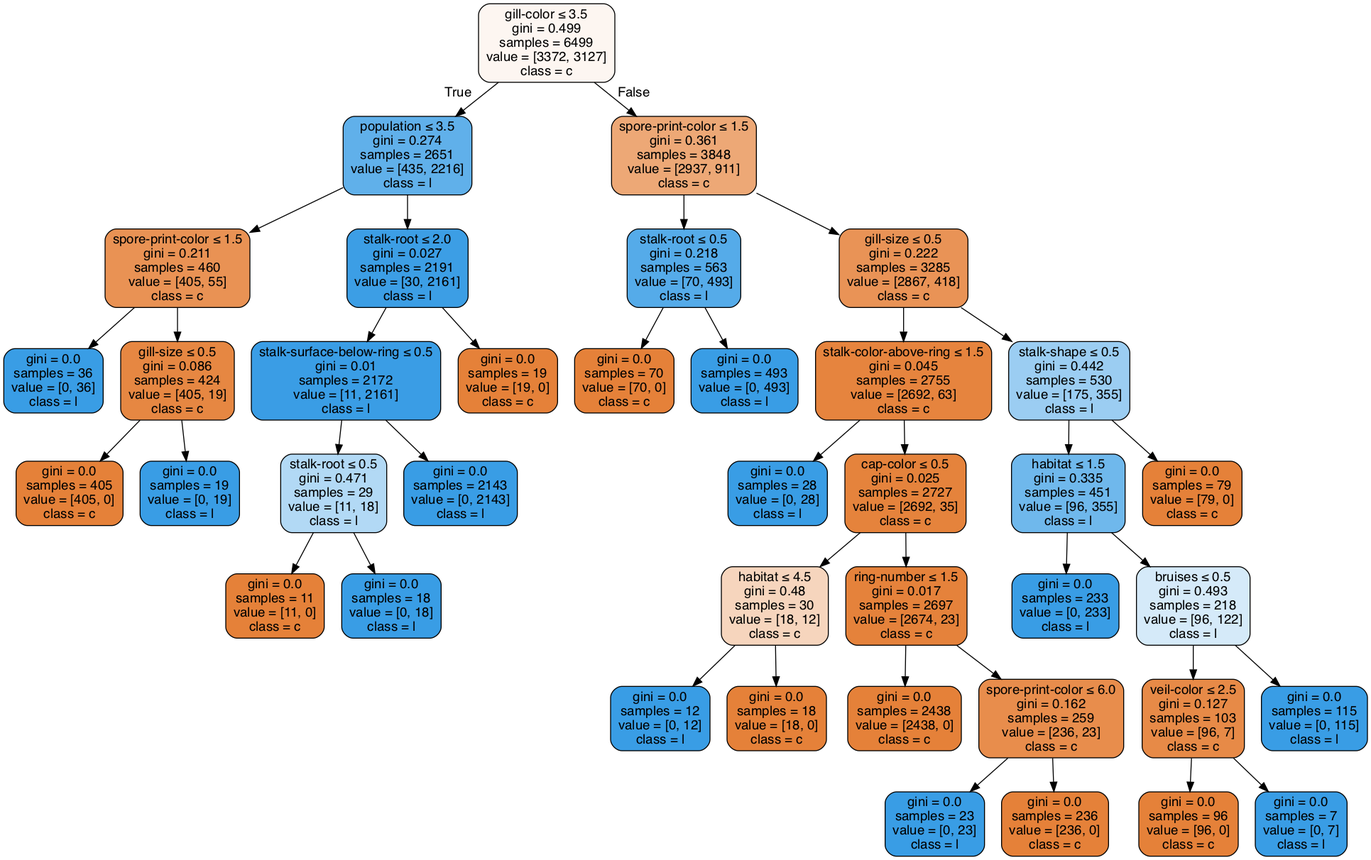
Earlier version of the Graphviz export Lab02/clf-max-depth-7.gv.png (anhle199/Intro2AI-HCMUS). Its source is kept beside it as Lab02/clf-max-depth-7.gv.
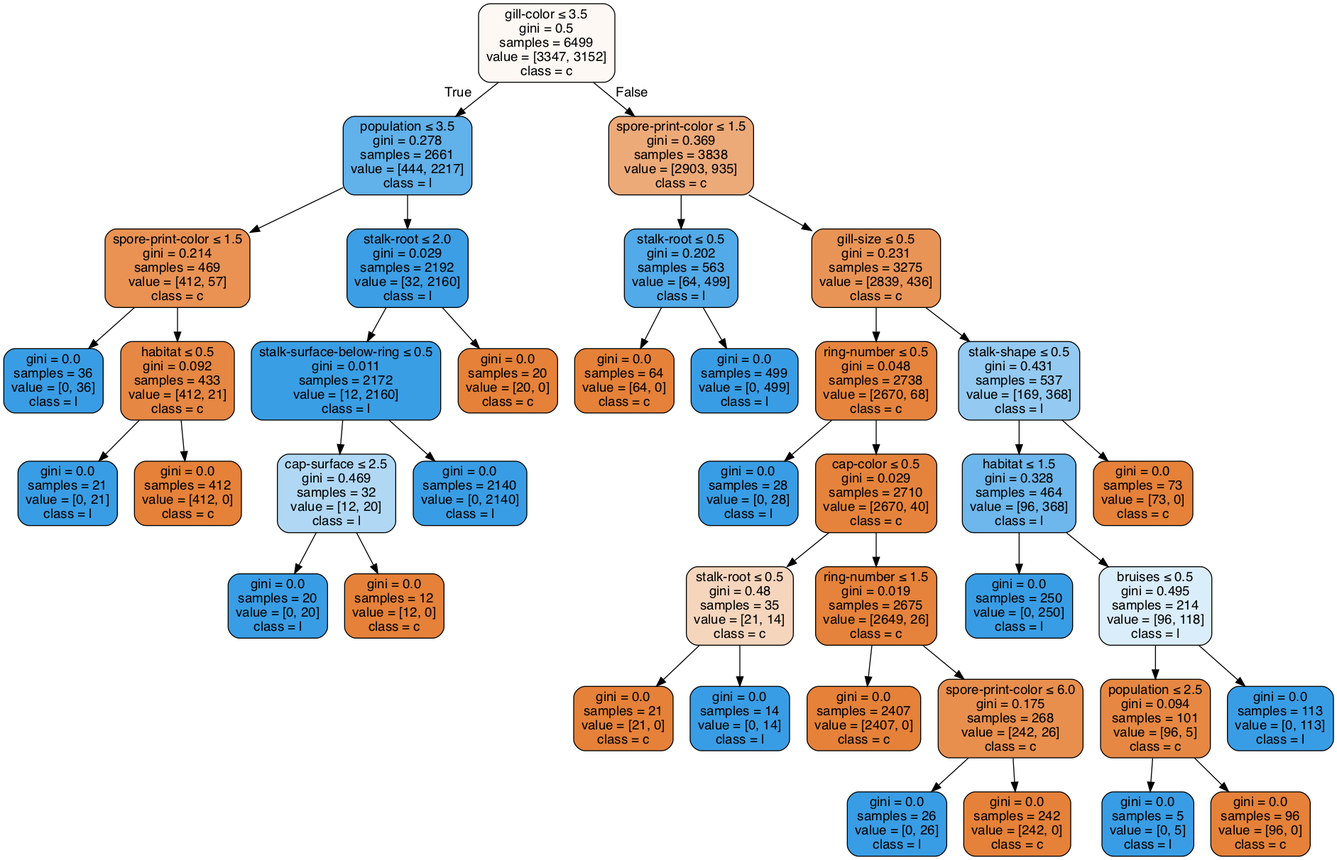
After the commit.

What changed in the source:
```diff
@@ -1,81 +1,81 @@
 digraph Tree {
 node [shape=box, style="filled, rounded", color="black", fontname=helvetica] ;
 edge [fontname=helvetica] ;
-0 [label=<gill-color &le; 3.5<br/>gini = 0.499<br/>samples = 6499<br/>value = [3372, 3127]<br/>class = c>, fillcolor="#fdf6f1"] ;
-1 [label=<population &le; 3.5<br/>gini = 0.274<br/>samples = 2651<br/>value = [435, 2216]<br/>class = l>, fillcolor="#60b0ea"] ;
+0 [label=<gill-color &le; 3.5<br/>gini = 0.5<br/>samples = 6499<br/>value = [3347, 3152]<br/>class = c>, fillcolor="#fdf8f3"] ;
+1 [label=<population &le; 3.5<br/>gini = 0.278<br/>samples = 2661<br/>value = [444, 2217]<br/>class = l>, fillcolor="#61b1ea"] ;
 0 -> 1 [labeldistance=2.5, labelangle=45, headlabel="True"] ;
-2 [label=<spore-print-color &le; 1.5<br/>gini = 0.211<br/>samples = 460<br/>value = [405, 55]<br/>class = c>, fillcolor="#e99254"] ;
+2 [label=<spore-print-color &le; 1.5<br/>gini = 0.214<br/>samples = 469<br/>value = [412, 57]<br/>class = c>, fillcolor="#e99254"] ;
 1 -> 2 ;
 3 [label=<gini = 0.0<br/>samples = 36<br/>value = [0, 36]<br/>class = l>, fillcolor="#399de5"] ;
 2 -> 3 ;
-4 [label=<gill-size &le; 0.5<br/>gini = 0.086<br/>samples = 424<br/>value = [405, 19]<br/>class = c>, fillcolor="#e68742"] ;
+4 [label=<habitat &le; 0.5<br/>gini = 0.092<br/>samples = 433<br/>value = [412, 21]<br/>class = c>, fillcolor="#e68743"] ;
 2 -> 4 ;
-5 [label=<gini = 0.0<br/>samples = 405<br/>value = [405, 0]<br/>class = c>, fillcolor="#e58139"] ;
+5 [label=<gini = 0.0<br/>samples = 21<br/>value = [0, 21]<br/>class = l>, fillcolor="#399de5"] ;
 4 -> 5 ;
-6 [label=<gini = 0.0<br/>samples = 19<br/>value = [0, 19]<br/>class = l>, fillcolor="#399de5"] ;
+6 [label=<gini = 0.0<br/>samples = 412<br/>value = [412, 0]<br/>class = c>, fillcolor="#e58139"] ;
 4 -> 6 ;
-7 [label=<stalk-root &le; 2.0<br/>gini = 0.027<br/>samples = 2191<br/>value = [30, 2161]<br/>class = l>, fillcolor="#3c9ee5"] ;
+7 [label=<stalk-root &le; 2.0<br/>gini = 0.029<br/>samples = 2192<br/>value = [32, 2160]<br/>class = l>, fillcolor="#3c9ee5"] ;
 1 -> 7 ;
-8 [label=<stalk-surface-below-ring &le; 0.5<br/>gini = 0.01<br/>samples = 2172<br/>value = [11, 2161]<br/>class = l>, fillcolor="#3a9de5"] ;
+8 [label=<stalk-surface-below-ring &le; 0.5<br/>gini = 0.011<br/>samples = 2172<br/>value = [12, 2160]<br/>class = l>, fillcolor="#3a9ee5"] ;
 7 -> 8 ;
-9 [label=<stalk-root &le; 0.5<br/>gini = 0.471<br/>samples = 29<br/>value = [11, 18]<br/>class = l>, fillcolor="#b2d9f5"] ;
+9 [label=<cap-surface &le; 2.5<br/>gini = 0.469<br/>samples = 32<br/>value = [12, 20]<br/>class = l>, fillcolor="#b0d8f5"] ;
 8 -> 9 ;
-10 [label=<gini = 0.0<br/>samples = 11<br/>value = [11, 0]<br/>class = c>, fillcolor="#e58139"] ;
+10 [label=<gini = 0.0<br/>samples = 20<br/>value = [0, 20]<br/>class = l>, fillcolor="#399de5"] ;
 9 -> 10 ;
-11 [label=<gini = 0.0<br/>samples = 18<br/>value = [0, 18]<br/>class = l>, fillcolor="#399de5"] ;
+11 [label=<gini = 0.0<br/>samples = 12<br/>value = [12, 0]<br/>class = c>, fillcolor="#e58139"] ;
 9 -> 11 ;
-12 [label=<gini = 0.0<br/>samples = 2143<br/>value = [0, 2143]<br/>class = l>, fillcolor="#399de5"] ;
+12 [label=<gini = 0.0<br/>samples = 2140<br/>value = [0, 2140]<br/>class = l>, fillcolor="#399de5"] ;
 8 -> 12 ;
-13 [label=<gini = 0.0<br/>samples = 19<br/>value = [19, 0]<br/>class = c>, fillcolor="#e58139"] ;
+13 [label=<gini = 0.0<br/>samples = 20<br/>value = [20, 0]<br/>class = c>, fillcolor="#e58139"] ;
 7 -> 13 ;
-14 [label=<spore-print-color &le; 1.5<br/>gini = 0.361<br/>samples = 3848<br/>value = [2937, 911]<br/>class = c>, fillcolor="#eda876"] ;
+14 [label=<spore-print-color &le; 1.5<br/>gini = 0.369<br/>samples = 3838<br/>value = [2903, 935]<br/>class = c>, fillcolor="#edaa79"] ;
 0 -> 14 [labeldistance=2.5, labelangle=-45, headlabel="False"] ;
-15 [label=<stalk-root &le; 0.5<br/>gini = 0.218<br/>samples = 563<br/>value = [70, 493]<br/>class = l>, fillcolor="#55abe9"] ;
+15 [label=<stalk-root &le; 0.5<br/>gini = 0.202<br/>samples = 563<br/>value = [64, 499]<br/>class = l>, fillcolor="#52aae8"] ;
 14 -> 15 ;
-16 [label=<gini = 0.0<br/>samples = 70<br/>value = [70, 0]<br/>class = c>, fillcolor="#e58139"] ;
+16 [label=<gini = 0.0<br/>samples = 64<br/>value = [64, 0]<br/>class = c>, fillcolor="#e58139"] ;
 15 -> 16 ;
-17 [label=<gini = 0.0<br/>samples = 493<br/>value = [0, 493]<br/>class = l>, fillcolor="#399de5"] ;
+17 [label=<gini = 0.0<br/>samples = 499<br/>value = [0, 499]<br/>class = l>, fillcolor="#399de5"] ;
 15 -> 17 ;
-18 [label=<gill-size &le; 0.5<br/>gini = 0.222<br/>samples = 3285<br/>value = [2867, 418]<br/>class = c>, fillcolor="#e99356"] ;
+18 [label=<gill-size &le; 0.5<br/>gini = 0.231<br/>samples = 3275<br/>value = [2839, 436]<br/>class = c>, fillcolor="#e99457"] ;
 14 -> 18 ;
-19 [label=<stalk-color-above-ring &le; 1.5<br/>gini = 0.045<br/>samples = 2755<br/>value = [2692, 63]<br/>class = c>, fillcolor="#e6843e"] ;
+19 [label=<ring-number &le; 0.5<br/>gini = 0.048<br/>samples = 2738<br/>value = [2670, 68]<br/>class = c>, fillcolor="#e6843e"] ;
 18 -> 19 ;
 20 [label=<gini = 0.0<br/>samples = 28<br/>value = [0, 28]<br/>class = l>, fillcolor="#399de5"] ;
 19 -> 20 ;
-21 [label=<cap-color &le; 0.5<br/>gini = 0.025<br/>samples = 2727<br/>value = [2692, 35]<br/>class = c>, fillcolor="#e5833c"] ;
+21 [label=<cap-color &le; 0.5<br/>gini = 0.029<br/>samples = 2710<br/>value = [2670, 40]<br/>class = c>, fillcolor="#e5833c"] ;
 19 -> 21 ;
-22 [label=<habitat &le; 4.5<br/>gini = 0.48<br/>samples = 30<br/>value = [18, 12]<br/>class = c>, fillcolor="#f6d5bd"] ;
+22 [label=<stalk-root &le; 0.5<br/>gini = 0.48<br/>samples = 35<br/>value = [21, 14]<br/>class = c>, fillcolor="#f6d5bd"] ;
 21 -> 22 ;
-23 [label=<gini = 0.0<br/>samples = 12<br/>value = [0, 12]<br/>class = l>, fillcolor="#399de5"] ;
+23 [label=<gini = 0.0<br/>samples = 21<br/>value = [21, 0]<br/>class = c>, fillcolor="#e58139"] ;
 22 -> 23 ;
-24 [label=<gini = 0.0<br/>samples = 18<br/>value = [18, 0]<br/>class = c>, fillcolor="#e58139"] ;
+24 [label=<gini = 0.0<br/>samples = 14<br/>value = [0, 14]<br/>class = l>, fillcolor="#399de5"] ;
 22 -> 24 ;
-25 [label=<ring-number &le; 1.5<br/>gini = 0.017<br/>samples = 2697<br/>value = [2674, 23]<br/>class = c>, fillcolor="#e5823b"] ;
+25 [label=<ring-number &le; 1.5<br/>gini = 0.019<br/>samples = 2675<br/>value = [2649, 26]<br/>class = c>, fillcolor="#e5823b"] ;
 21 -> 25 ;
-26 [label=<gini = 0.0<br/>samples = 2438<br/>value = [2438, 0]<br/>class = c>, fillcolor="#e58139"] ;
+26 [label=<gini = 0.0<br/>samples = 2407<br/>value = [2407, 0]<br/>class = c>, fillcolor="#e58139"] ;
 25 -> 26 ;
-27 [label=<spore-print-color &le; 6.0<br/>gini = 0.162<br/>samples = 259<br/>value = [236, 23]<br/>class = c>, fillcolor="#e88d4c"] ;
+27 [label=<spore-print-color &le; 6.0<br/>gini = 0.175<br/>samples = 268<br/>value = [242, 26]<br/>class = c>, fillcolor="#e88f4e"] ;
 25 -> 27 ;
-28 [label=<gini = 0.0<br/>samples = 23<br/>value = [0, 23]<br/>class = l>, fillcolor="#399de5"] ;
+28 [label=<gini = 0.0<br/>samples = 26<br/>value = [0, 26]<br/>class = l>, fillcolor="#399de5"] ;
 27 -> 28 ;
-29 [label=<gini = 0.0<br/>samples = 236<br/>value = [236, 0]<br/>class = c>, fillcolor="#e58139"] ;
+29 [label=<gini = 0.0<br/>samples = 242<br/>value = [242, 0]<br/>class = c>, fillcolor="#e58139"] ;
 27 -> 29 ;
-30 [label=<stalk-shape &le; 0.5<br/>gini = 0.442<br/>samples = 530<br/>value = [175, 355]<br/>class = l>, fillcolor="#9bcdf2"] ;
+30 [label=<stalk-shape &le; 0.5<br/>gini = 0.431<br/>samples = 537<br/>value = [169, 368]<br/>class = l>, fillcolor="#94caf1"] ;
 18 -> 30 ;
-31 [label=<habitat &le; 1.5<br/>gini = 0.335<br/>samples = 451<br/>value = [96, 355]<br/>class = l>, fillcolor="#6fb8ec"] ;
+31 [label=<habitat &le; 1.5<br/>gini = 0.328<br/>samples = 464<br/>value = [96, 368]<br/>class = l>, fillcolor="#6db7ec"] ;
 30 -> 31 ;
-32 [label=<gini = 0.0<br/>samples = 233<br/>value = [0, 233]<br/>class = l>, fillcolor="#399de5"] ;
+32 [label=<gini = 0.0<br/>samples = 250<br/>value = [0, 250]<br/>class = l>, fillcolor="#399de5"] ;
 31 -> 32 ;
-33 [label=<bruises &le; 0.5<br/>gini = 0.493<br/>samples = 218<br/>value = [96, 122]<br/>class = l>, fillcolor="#d5eaf9"] ;
+33 [label=<bruises &le; 0.5<br/>gini = 0.495<br/>samples = 214<br/>value = [96, 118]<br/>class = l>, fillcolor="#daedfa"] ;
 31 -> 33 ;
-34 [label=<veil-color &le; 2.5<br/>gini = 0.127<br/>samples = 103<br/>value = [96, 7]<br/>class = c>, fillcolor="#e78a47"] ;
+34 [label=<population &le; 2.5<br/>gini = 0.094<br/>samples = 101<br/>value = [96, 5]<br/>class = c>, fillcolor="#e68843"] ;
 33 -> 34 ;
-35 [label=<gini = 0.0<br/>samples = 96<br/>value = [96, 0]<br/>class = c>, fillcolor="#e58139"] ;
+35 [label=<gini = 0.0<br/>samples = 5<br/>value = [0, 5]<br/>class = l>, fillcolor="#399de5"] ;
 34 -> 35 ;
-36 [label=<gini = 0.0<br/>samples = 7<br/>value = [0, 7]<br/>class = l>, fillcolor="#399de5"] ;
+36 [label=<gini = 0.0<br/>samples = 96<br/>value = [96, 0]<br/>class = c>, fillcolor="#e58139"] ;
 34 -> 36 ;
-37 [label=<gini = 0.0<br/>samples = 115<br/>value = [0, 115]<br/>class = l>, fillcolor="#399de5"] ;
+37 [label=<gini = 0.0<br/>samples = 113<br/>value = [0, 113]<br/>class = l>, fillcolor="#399de5"] ;
 33 -> 37 ;
-38 [label=<gini = 0.0<br/>samples = 79<br/>value = [79, 0]<br/>class = c>, fillcolor="#e58139"] ;
+38 [label=<gini = 0.0<br/>samples = 73<br/>value = [73, 0]<br/>class = c>, fillcolor="#e58139"] ;
 30 -> 38 ;
 }
```
